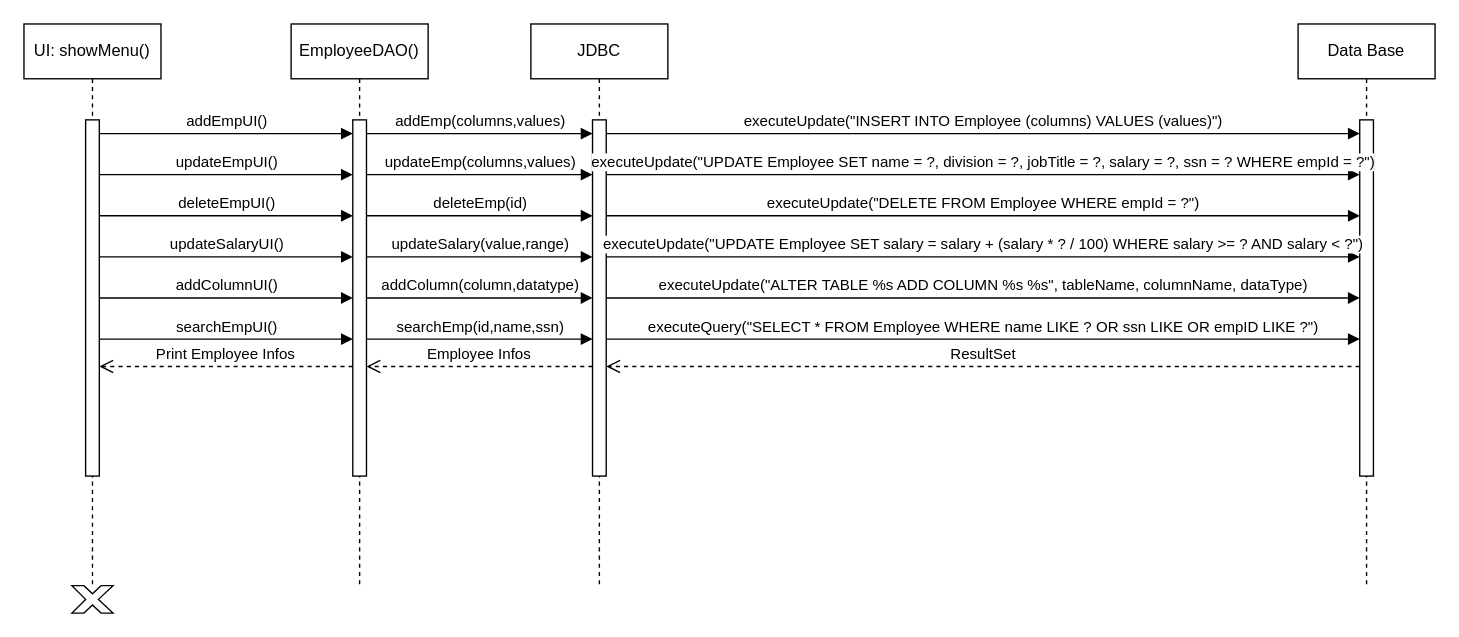
The draw.io diagram Diagram/SequenceDiagramDraft.drawio in linnypham/CSC3350_project, before the edit. Source tidied: cells renumbered, new cells numbered last; positions are measured from the earlier drawing's top-left corner, leaving out a move shared by most shapes. Both pictures are drawn from the tidied source at 137%, with x=0, y=0 at pixel (23, 23).
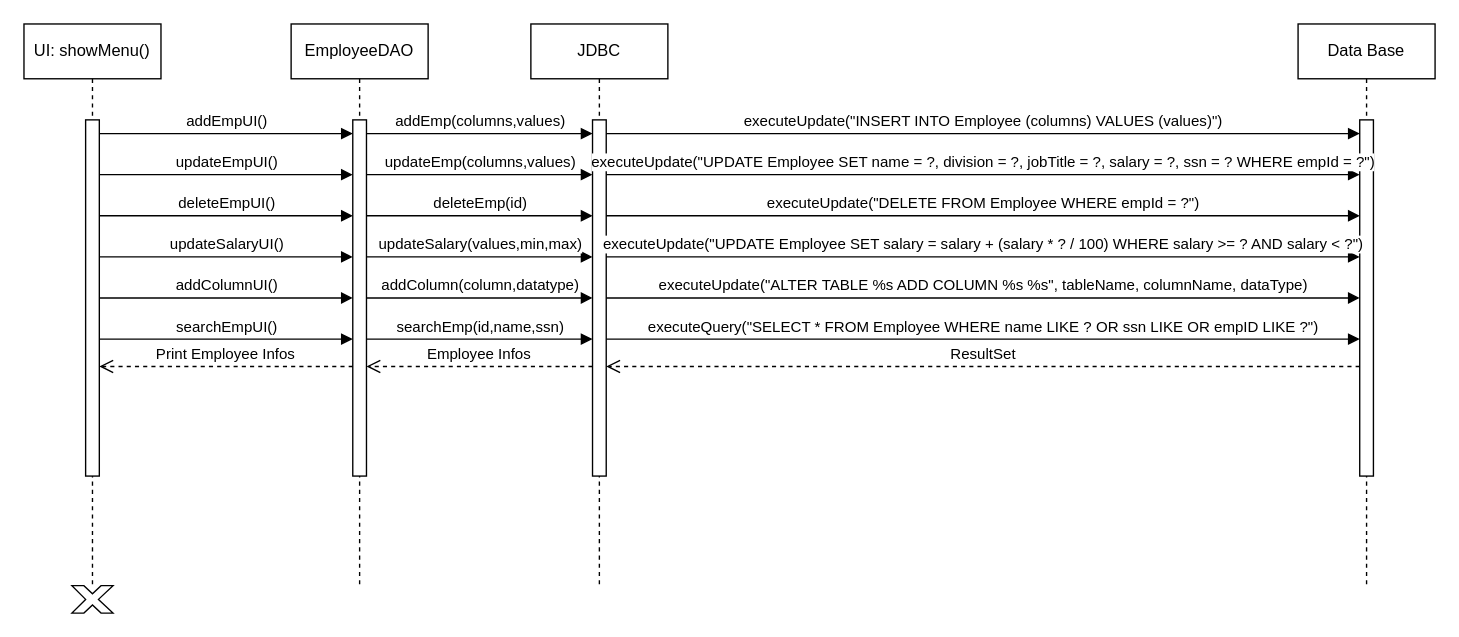
The same diagram, later.

What changed in the source:
```diff
@@
-    <mxCell id="6" value="EmployeeDAO()" style="shape=umlLifeline;perimeter=lifelinePerimeter;whiteSpace=wrap;html=1;newEdgeStyle={&quot;edgeStyle&quot;:&quot;elbowEdgeStyle&quot;,&quot;elbow&quot;:&quot;vertical&quot;,&quot;curved&quot;:0,&quot;rounded&quot;:0};" parent="1" vertex="1">
+    <mxCell id="6" value="EmployeeDAO" style="shape=umlLifeline;perimeter=lifelinePerimeter;whiteSpace=wrap;html=1;newEdgeStyle={&quot;edgeStyle&quot;:&quot;elbowEdgeStyle&quot;,&quot;elbow&quot;:&quot;vertical&quot;,&quot;curved&quot;:0,&quot;rounded&quot;:0};" parent="1" vertex="1">
       <mxGeometry x="195" width="100" height="410" as="geometry" />
     </mxCell>
@@
-    <mxCell id="17" value="updateSalary(value,range)" style="html=1;verticalAlign=bottom;endArrow=block;edgeStyle=elbowEdgeStyle;elbow=vertical;curved=0;rounded=0;" parent="1" edge="1">
+    <mxCell id="17" value="updateSalary(values,min,max)" style="html=1;verticalAlign=bottom;endArrow=block;edgeStyle=elbowEdgeStyle;elbow=vertical;curved=0;rounded=0;" parent="1" edge="1">
       <mxGeometry relative="1" as="geometry">
         <mxPoint x="250" y="170" as="sourcePoint" />
         <mxPoint x="415" y="170" as="targetPoint" />
         <Array as="points">
           <mxPoint x="310" y="170" />
         </Array>
       </mxGeometry>
     </mxCell>
```
